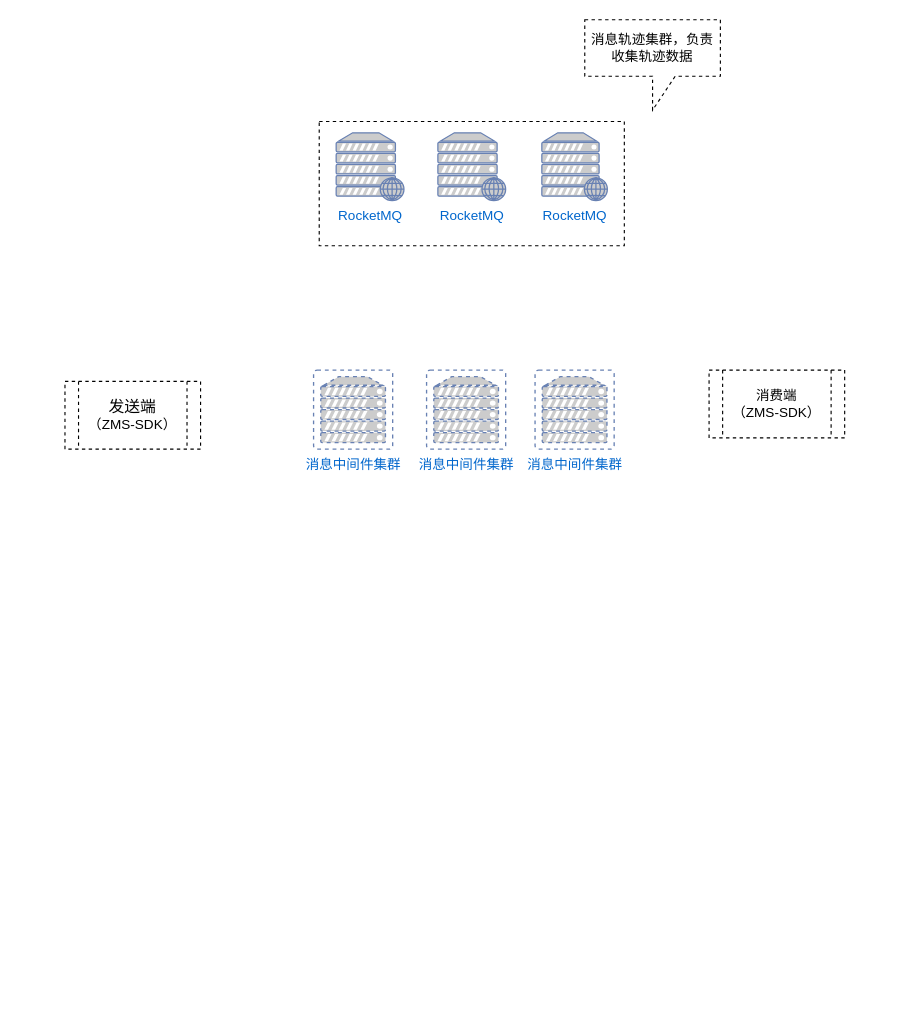
Earlier version of the draw.io diagram Untitled Diagram.drawio (yongliangcode/diagram). Source tidied: cells renumbered, new cells numbered last; positions are measured from the earlier drawing's top-left corner, leaving out a move shared by most shapes. Both pictures are drawn from the tidied source at 113%, with x=0, y=0 at pixel (64, 19).
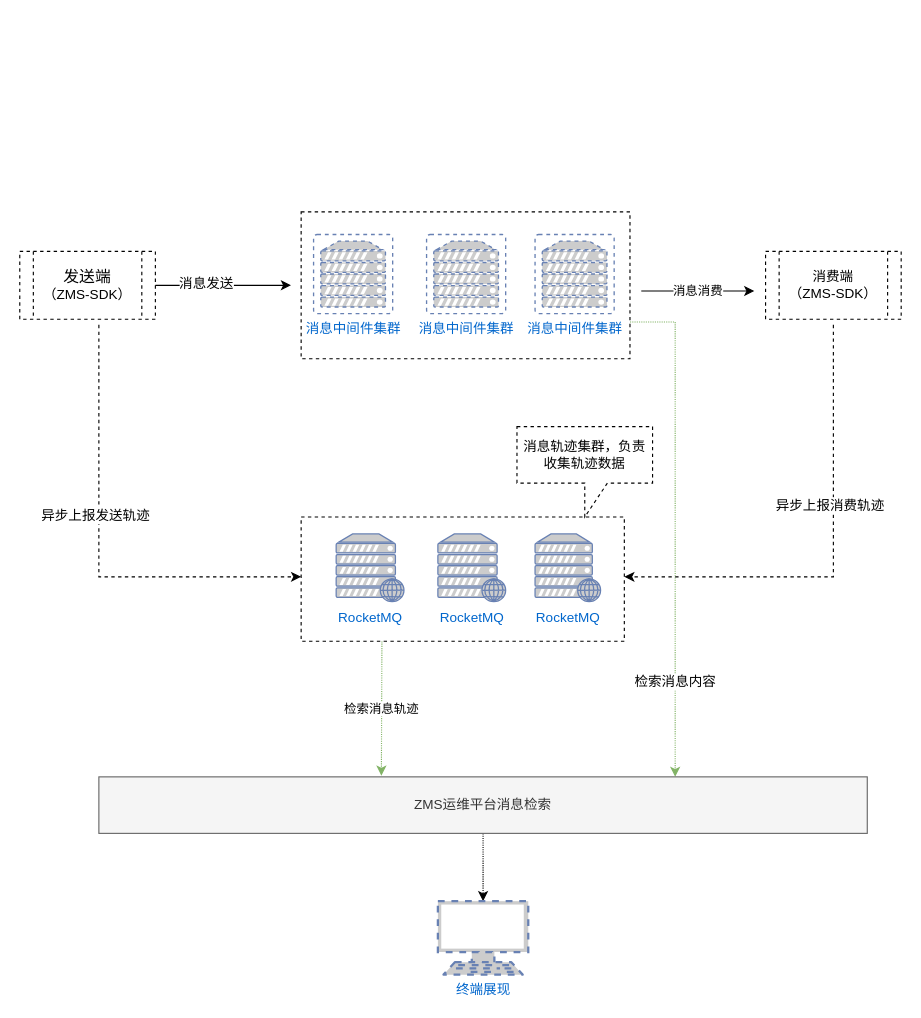
The same page after the edit.

What changed in the source:
```diff
@@
+    <mxCell id="12" style="edgeStyle=orthogonalEdgeStyle;rounded=0;jettySize=auto;html=1;exitX=1;exitY=0.75;exitDx=0;exitDy=0;dashed=1;entryX=0.75;entryY=0;entryDx=0;entryDy=0;fillColor=#d5e8d4;strokeColor=#82b366;dashPattern=1 1;" parent="1" edge="1" source="14" target="24">
+      <mxGeometry relative="1" as="geometry" />
+    </mxCell>
+    <mxCell id="13" value="检索消息内容" style="text;html=1;align=center;verticalAlign=middle;labelBackgroundColor=#ffffff;" parent="12" vertex="1">
+      <mxGeometry x="0.62" y="-1" relative="1" as="geometry" />
+    </mxCell>
+    <mxCell id="14" style="rounded=0;whiteSpace=wrap;html=1;dashed=1;" parent="1" vertex="1">
+      <mxGeometry x="209" y="170" width="291" height="130" as="geometry" />
+    </mxCell>
+    <mxCell id="15" value="检索消息轨迹" style="edgeStyle=orthogonalEdgeStyle;rounded=0;jettySize=auto;html=1;exitX=0.25;exitY=1;exitDx=0;exitDy=0;dashed=1;fillColor=#d5e8d4;strokeColor=#82b366;dashPattern=1 1;" parent="1" edge="1" source="2">
+      <mxGeometry relative="1" as="geometry">
+        <mxPoint x="280" y="669" as="targetPoint" />
+        <Array as="points">
+          <mxPoint x="280" y="550" />
+        </Array>
+      </mxGeometry>
+    </mxCell>
     <mxCell id="2" style="rounded=0;whiteSpace=wrap;html=1;dashed=1;" parent="1" vertex="1">
-      <mxGeometry x="225" y="90" width="270" height="110" as="geometry" />
+      <mxGeometry x="209" y="440" width="286" height="110" as="geometry" />
     </mxCell>
     <mxCell id="3" value="RocketMQ" style="fontColor=#0066CC;verticalAlign=top;verticalLabelPosition=bottom;labelPosition=center;align=center;html=1;fillColor=#CCCCCC;strokeColor=#6881B3;gradientColor=none;gradientDirection=north;strokeWidth=2;shape=mxgraph.networks.web_server;" parent="1" vertex="1">
-      <mxGeometry x="240" y="100" width="60" height="60" as="geometry" />
+      <mxGeometry x="240" y="455" width="60" height="60" as="geometry" />
     </mxCell>
     <mxCell id="4" value="RocketMQ" style="fontColor=#0066CC;verticalAlign=top;verticalLabelPosition=bottom;labelPosition=center;align=center;html=1;fillColor=#CCCCCC;strokeColor=#6881B3;gradientColor=none;gradientDirection=north;strokeWidth=2;shape=mxgraph.networks.web_server;" parent="1" vertex="1">
-      <mxGeometry x="330" y="100" width="60" height="60" as="geometry" />
+      <mxGeometry x="330" y="455" width="60" height="60" as="geometry" />
     </mxCell>
     <mxCell id="5" value="RocketMQ" style="fontColor=#0066CC;verticalAlign=top;verticalLabelPosition=bottom;labelPosition=center;align=center;html=1;fillColor=#CCCCCC;strokeColor=#6881B3;gradientColor=none;gradientDirection=north;strokeWidth=2;shape=mxgraph.networks.web_server;" parent="1" vertex="1">
-      <mxGeometry x="422" y="100" width="58" height="60" as="geometry" />
+      <mxGeometry x="416" y="455" width="58" height="60" as="geometry" />
     </mxCell>
     <mxCell id="6" value="消息轨迹集群，负责收集轨迹数据" style="shape=callout;whiteSpace=wrap;html=1;perimeter=calloutPerimeter;dashed=1;" parent="1" vertex="1">
-      <mxGeometry x="460" width="120" height="80" as="geometry" />
+      <mxGeometry x="400" y="360" width="120" height="80" as="geometry" />
     </mxCell>
+    <mxCell id="16" style="edgeStyle=orthogonalEdgeStyle;rounded=0;orthogonalLoop=1;jettySize=auto;html=1;dashed=1;" parent="1" edge="1">
+      <mxGeometry relative="1" as="geometry">
+        <mxPoint x="30" y="270" as="sourcePoint" />
+        <mxPoint x="209" y="493" as="targetPoint" />
+        <Array as="points">
+          <mxPoint x="30" y="493" />
+          <mxPoint x="209" y="493" />
+        </Array>
+      </mxGeometry>
+    </mxCell>
+    <mxCell id="17" value="异步上报发送轨迹" style="text;html=1;align=center;verticalAlign=middle;labelBackgroundColor=#ffffff;" parent="16" vertex="1">
+      <mxGeometry x="-0.23" y="-2" relative="1" as="geometry">
+        <mxPoint x="-2" y="13" as="offset" />
+      </mxGeometry>
+    </mxCell>
     <mxCell id="7" value="&lt;font style=&quot;font-size: 14px&quot;&gt;发送端&lt;/font&gt;&lt;br&gt;（ZMS-SDK）&lt;br&gt;" style="shape=process;whiteSpace=wrap;html=1;backgroundOutline=1;dashed=1;" parent="1" vertex="1">
-      <mxGeometry y="320" width="120" height="60" as="geometry" />
+      <mxGeometry x="-40" y="205" width="120" height="60" as="geometry" />
     </mxCell>
+    <mxCell id="18" style="edgeStyle=orthogonalEdgeStyle;rounded=0;orthogonalLoop=1;jettySize=auto;html=1;dashed=1;" parent="1" edge="1">
+      <mxGeometry relative="1" as="geometry">
+        <mxPoint x="680" y="270" as="sourcePoint" />
+        <mxPoint x="495" y="493" as="targetPoint" />
+        <Array as="points">
+          <mxPoint x="680" y="493" />
+        </Array>
+      </mxGeometry>
+    </mxCell>
+    <mxCell id="19" value="异步上报消费轨迹" style="text;html=1;align=center;verticalAlign=middle;labelBackgroundColor=#ffffff;" parent="18" vertex="1">
+      <mxGeometry x="-0.26" y="-2" relative="1" as="geometry">
+        <mxPoint x="-2" y="8" as="offset" />
+      </mxGeometry>
+    </mxCell>
     <mxCell id="8" value="&lt;font style=&quot;font-size: 12px&quot;&gt;消费端&lt;br&gt;（ZMS-SDK）&lt;/font&gt;" style="shape=process;whiteSpace=wrap;html=1;backgroundOutline=1;dashed=1;" parent="1" vertex="1">
-      <mxGeometry x="570" y="310" width="120" height="60" as="geometry" />
+      <mxGeometry x="620" y="205" width="120" height="60" as="geometry" />
     </mxCell>
     <mxCell id="9" value="消息中间件集群" style="fontColor=#0066CC;verticalAlign=top;verticalLabelPosition=bottom;labelPosition=center;align=center;html=1;fillColor=#CCCCCC;strokeColor=#6881B3;gradientColor=none;gradientDirection=north;strokeWidth=2;shape=mxgraph.networks.virtual_server;dashed=1;" parent="1" vertex="1">
-      <mxGeometry x="220" y="310" width="70" height="70" as="geometry" />
+      <mxGeometry x="220" y="190" width="70" height="70" as="geometry" />
     </mxCell>
     <mxCell id="10" value="消息中间件集群" style="fontColor=#0066CC;verticalAlign=top;verticalLabelPosition=bottom;labelPosition=center;align=center;html=1;fillColor=#CCCCCC;strokeColor=#6881B3;gradientColor=none;gradientDirection=north;strokeWidth=2;shape=mxgraph.networks.virtual_server;dashed=1;" parent="1" vertex="1">
-      <mxGeometry x="320" y="310" width="70" height="70" as="geometry" />
+      <mxGeometry x="320" y="190" width="70" height="70" as="geometry" />
     </mxCell>
     <mxCell id="11" value="消息中间件集群" style="fontColor=#0066CC;verticalAlign=top;verticalLabelPosition=bottom;labelPosition=center;align=center;html=1;fillColor=#CCCCCC;strokeColor=#6881B3;gradientColor=none;gradientDirection=north;strokeWidth=2;shape=mxgraph.networks.virtual_server;dashed=1;" parent="1" vertex="1">
-      <mxGeometry x="416" y="310" width="70" height="70" as="geometry" />
+      <mxGeometry x="416" y="190" width="70" height="70" as="geometry" />
     </mxCell>
+    <mxCell id="20" style="endArrow=classic;html=1;" parent="1" edge="1" source="7">
+      <mxGeometry relative="1" as="geometry">
+        <mxPoint x="200" y="235" as="targetPoint" />
+      </mxGeometry>
+    </mxCell>
+    <mxCell id="21" value="消息发送" style="text;html=1;align=center;verticalAlign=middle;labelBackgroundColor=#ffffff;" parent="20" vertex="1">
+      <mxGeometry x="-0.27" y="2" relative="1" as="geometry" />
+    </mxCell>
+    <mxCell id="22" value="消息消费" style="endArrow=classic;html=1;" parent="1" edge="1">
+      <mxGeometry relative="1" as="geometry">
+        <mxPoint x="510" y="240" as="sourcePoint" />
+        <mxPoint x="610" y="240" as="targetPoint" />
+      </mxGeometry>
+    </mxCell>
+    <mxCell id="23" style="edgeStyle=orthogonalEdgeStyle;rounded=0;jettySize=auto;html=1;dashed=1;dashPattern=1 1;" parent="1" edge="1" source="24" target="25">
+      <mxGeometry relative="1" as="geometry" />
+    </mxCell>
+    <mxCell id="24" value="ZMS运维平台消息检索" style="rounded=0;whiteSpace=wrap;html=1;fillColor=#f5f5f5;strokeColor=#666666;fontColor=#333333;" parent="1" vertex="1">
+      <mxGeometry x="30" y="670" width="680" height="50" as="geometry" />
+    </mxCell>
+    <mxCell id="25" value="终端展现" style="fontColor=#0066CC;verticalAlign=top;verticalLabelPosition=bottom;labelPosition=center;align=center;html=1;outlineConnect=0;fillColor=#CCCCCC;strokeColor=#6881B3;gradientColor=none;gradientDirection=north;strokeWidth=2;shape=mxgraph.networks.terminal;dashed=1;" parent="1" vertex="1">
+      <mxGeometry x="330" y="780" width="80" height="65" as="geometry" />
+    </mxCell>
```
